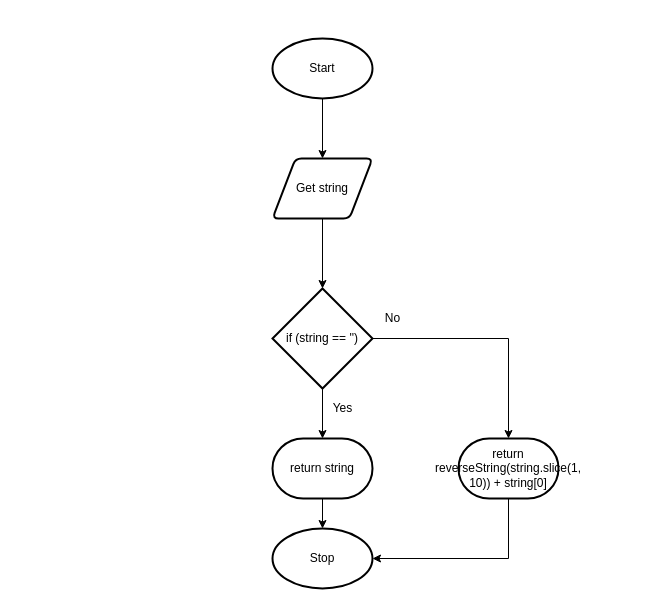
This is design/string.drawio from Huzaifa-Khalid-2/ics4u-unit3-03-typescript, a draw.io file, before an edit. Source tidied: cells renumbered, new cells numbered last; positions are measured from the earlier drawing's top-left corner, leaving out a move shared by most shapes. Both pictures are drawn from the tidied source at 100%, with x=0, y=0 at pixel (272, 38).
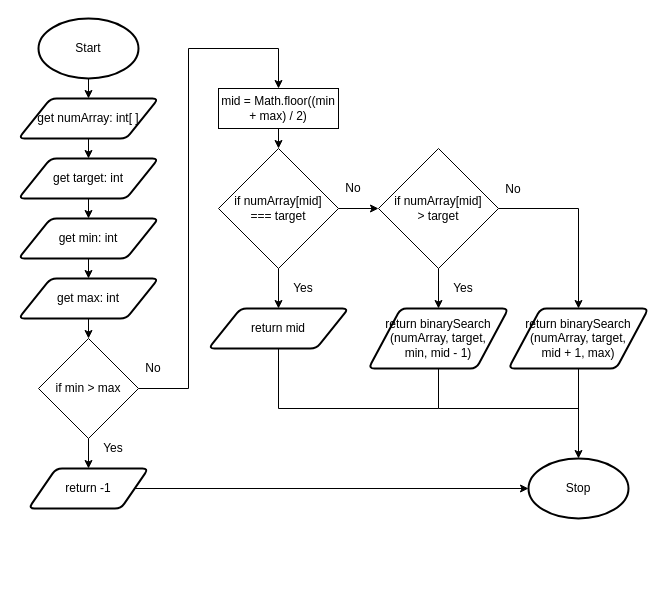
Above is the later version.

What changed in the source:
```diff
@@
-    <mxCell id="2" style="edgeStyle=orthogonalEdgeStyle;rounded=0;html=1;entryX=0.5;entryY=0;entryDx=0;entryDy=0;" parent="1" edge="1" source="3" target="5">
-      <mxGeometry relative="1" as="geometry" />
-    </mxCell>
+    <mxCell id="16" style="edgeStyle=none;html=1;exitX=0.5;exitY=1;exitDx=0;exitDy=0;exitPerimeter=0;entryX=0.5;entryY=0;entryDx=0;entryDy=0;" parent="1" edge="1" source="3" target="19">
+      <mxGeometry relative="1" as="geometry" />
+    </mxCell>
     <mxCell id="3" value="Start" style="strokeWidth=2;html=1;shape=mxgraph.flowchart.start_1;whiteSpace=wrap;" parent="1" vertex="1">
-      <mxGeometry width="100" height="60" as="geometry" />
+      <mxGeometry x="-234" y="-20" width="100" height="60" as="geometry" />
     </mxCell>
-    <mxCell id="4" style="edgeStyle=orthogonalEdgeStyle;rounded=0;html=1;" parent="1" edge="1" source="5" target="8">
-      <mxGeometry relative="1" as="geometry" />
-    </mxCell>
-    <mxCell id="5" value="Get string" style="shape=parallelogram;html=1;strokeWidth=2;perimeter=parallelogramPerimeter;whiteSpace=wrap;rounded=1;arcSize=12;size=0.23;" parent="1" vertex="1">
-      <mxGeometry y="120" width="100" height="60" as="geometry" />
-    </mxCell>
-    <mxCell id="6" style="edgeStyle=orthogonalEdgeStyle;html=1;exitX=0.5;exitY=1;exitDx=0;exitDy=0;exitPerimeter=0;entryX=0.5;entryY=0;entryDx=0;entryDy=0;entryPerimeter=0;rounded=0;" parent="1" edge="1" source="8" target="10">
-      <mxGeometry relative="1" as="geometry" />
-    </mxCell>
-    <mxCell id="7" style="edgeStyle=orthogonalEdgeStyle;rounded=0;html=1;entryX=0.5;entryY=0;entryDx=0;entryDy=0;entryPerimeter=0;" parent="1" edge="1" source="8" target="12">
-      <mxGeometry relative="1" as="geometry" />
-    </mxCell>
-    <mxCell id="8" value="if (string == '')" style="strokeWidth=2;html=1;shape=mxgraph.flowchart.decision;whiteSpace=wrap;" parent="1" vertex="1">
-      <mxGeometry y="250" width="100" height="100" as="geometry" />
-    </mxCell>
-    <mxCell id="9" style="edgeStyle=none;html=1;entryX=0.5;entryY=0;entryDx=0;entryDy=0;entryPerimeter=0;" parent="1" edge="1" source="10" target="13">
-      <mxGeometry relative="1" as="geometry" />
-    </mxCell>
-    <mxCell id="10" value="return string" style="strokeWidth=2;html=1;shape=mxgraph.flowchart.terminator;whiteSpace=wrap;" parent="1" vertex="1">
-      <mxGeometry y="400" width="100" height="60" as="geometry" />
-    </mxCell>
-    <mxCell id="11" style="edgeStyle=elbowEdgeStyle;html=1;entryX=1;entryY=0.5;entryDx=0;entryDy=0;entryPerimeter=0;exitX=0.5;exitY=1;exitDx=0;exitDy=0;exitPerimeter=0;rounded=0;" parent="1" edge="1" source="12" target="13">
-      <mxGeometry relative="1" as="geometry">
-        <Array as="points">
-          <mxPoint x="236" y="500" />
-        </Array>
-      </mxGeometry>
-    </mxCell>
-    <mxCell id="12" value="return reverseString(string.slice(1, 10)) + string[0]" style="strokeWidth=2;html=1;shape=mxgraph.flowchart.terminator;whiteSpace=wrap;" parent="1" vertex="1">
-      <mxGeometry x="186" y="400" width="100" height="60" as="geometry" />
-    </mxCell>
+    <mxCell id="17" style="edgeStyle=none;html=1;exitX=0.5;exitY=1;exitDx=0;exitDy=0;entryX=0.5;entryY=0;entryDx=0;entryDy=0;" parent="1" edge="1" target="24">
+      <mxGeometry relative="1" as="geometry">
+        <mxPoint x="-184" y="280" as="sourcePoint" />
+      </mxGeometry>
+    </mxCell>
+    <mxCell id="18" style="edgeStyle=none;html=1;exitX=0.5;exitY=1;exitDx=0;exitDy=0;entryX=0.5;entryY=0;entryDx=0;entryDy=0;" parent="1" edge="1" source="19" target="31">
+      <mxGeometry relative="1" as="geometry" />
+    </mxCell>
+    <mxCell id="19" value="get numArray: int[ ]" style="shape=parallelogram;html=1;strokeWidth=2;perimeter=parallelogramPerimeter;whiteSpace=wrap;rounded=1;arcSize=12;size=0.23;" parent="1" vertex="1">
+      <mxGeometry x="-254" y="60" width="140" height="40" as="geometry" />
+    </mxCell>
     <mxCell id="13" value="Stop" style="strokeWidth=2;html=1;shape=mxgraph.flowchart.start_1;whiteSpace=wrap;" parent="1" vertex="1">
-      <mxGeometry y="490" width="100" height="60" as="geometry" />
+      <mxGeometry x="256" y="420" width="100" height="60" as="geometry" />
     </mxCell>
-    <mxCell id="14" value="Yes" style="text;html=1;align=center;verticalAlign=middle;strokeColor=none;fillColor=none;" parent="1" vertex="1">
-      <mxGeometry x="50" y="360" width="40" height="20" as="geometry" />
-    </mxCell>
-    <mxCell id="15" value="No" style="text;html=1;align=center;verticalAlign=middle;strokeColor=none;fillColor=none;" parent="1" vertex="1">
-      <mxGeometry x="105" y="270" width="30" height="20" as="geometry" />
-    </mxCell>
+    <mxCell id="20" style="edgeStyle=none;rounded=0;html=1;exitX=0.5;exitY=1;exitDx=0;exitDy=0;endArrow=none;endFill=0;" parent="1" edge="1" source="21">
+      <mxGeometry relative="1" as="geometry">
+        <mxPoint x="306" y="370" as="targetPoint" />
+        <Array as="points">
+          <mxPoint x="166" y="370" />
+        </Array>
+      </mxGeometry>
+    </mxCell>
+    <mxCell id="21" value="return binarySearch&lt;br&gt;(numArray, target, &lt;br&gt;min, mid - 1)" style="shape=parallelogram;html=1;strokeWidth=2;perimeter=parallelogramPerimeter;whiteSpace=wrap;rounded=1;arcSize=12;size=0.23;" parent="1" vertex="1">
+      <mxGeometry x="96" y="270" width="140" height="60" as="geometry" />
+    </mxCell>
+    <mxCell id="22" style="edgeStyle=none;html=1;exitX=1;exitY=0.5;exitDx=0;exitDy=0;rounded=0;entryX=0.5;entryY=0;entryDx=0;entryDy=0;" parent="1" edge="1" source="24" target="41">
+      <mxGeometry relative="1" as="geometry">
+        <Array as="points">
+          <mxPoint x="-84" y="350" />
+          <mxPoint x="-84" y="10" />
+          <mxPoint x="6" y="10" />
+        </Array>
+      </mxGeometry>
+    </mxCell>
+    <mxCell id="23" style="edgeStyle=none;html=1;exitX=0.5;exitY=1;exitDx=0;exitDy=0;entryX=0.5;entryY=0;entryDx=0;entryDy=0;" parent="1" edge="1" source="24">
+      <mxGeometry relative="1" as="geometry">
+        <mxPoint x="-184" y="430" as="targetPoint" />
+      </mxGeometry>
+    </mxCell>
+    <mxCell id="24" value="if min &amp;gt; max" style="rhombus;whiteSpace=wrap;html=1;" parent="1" vertex="1">
+      <mxGeometry x="-234" y="300" width="100" height="100" as="geometry" />
+    </mxCell>
+    <mxCell id="25" value="No" style="text;html=1;strokeColor=none;fillColor=none;align=center;verticalAlign=middle;whiteSpace=wrap;rounded=0;" parent="1" vertex="1">
+      <mxGeometry x="-134" y="320" width="30" height="20" as="geometry" />
+    </mxCell>
+    <mxCell id="26" value="Yes" style="text;html=1;strokeColor=none;fillColor=none;align=center;verticalAlign=middle;whiteSpace=wrap;rounded=0;" parent="1" vertex="1">
+      <mxGeometry x="-174" y="400" width="30" height="20" as="geometry" />
+    </mxCell>
+    <mxCell id="27" style="edgeStyle=none;rounded=0;html=1;exitX=1;exitY=0.5;exitDx=0;exitDy=0;entryX=0;entryY=0.5;entryDx=0;entryDy=0;entryPerimeter=0;" parent="1" edge="1" source="28" target="13">
+      <mxGeometry relative="1" as="geometry" />
+    </mxCell>
+    <mxCell id="28" value="return -1" style="shape=parallelogram;html=1;strokeWidth=2;perimeter=parallelogramPerimeter;whiteSpace=wrap;rounded=1;arcSize=12;size=0.23;" parent="1" vertex="1">
+      <mxGeometry x="-244" y="430" width="120" height="40" as="geometry" />
+    </mxCell>
+    <mxCell id="29" style="edgeStyle=none;rounded=0;html=1;exitX=0.5;exitY=1;exitDx=0;exitDy=0;strokeWidth=1;endArrow=none;endFill=0;" parent="1" edge="1" target="28">
+      <mxGeometry relative="1" as="geometry">
+        <mxPoint x="-184" y="470" as="sourcePoint" />
+      </mxGeometry>
+    </mxCell>
+    <mxCell id="30" style="edgeStyle=none;html=1;exitX=0.5;exitY=1;exitDx=0;exitDy=0;entryX=0.5;entryY=0;entryDx=0;entryDy=0;" parent="1" edge="1" source="31" target="33">
+      <mxGeometry relative="1" as="geometry" />
+    </mxCell>
+    <mxCell id="31" value="get target: int" style="shape=parallelogram;html=1;strokeWidth=2;perimeter=parallelogramPerimeter;whiteSpace=wrap;rounded=1;arcSize=12;size=0.23;" parent="1" vertex="1">
+      <mxGeometry x="-254" y="120" width="140" height="40" as="geometry" />
+    </mxCell>
+    <mxCell id="32" style="edgeStyle=none;html=1;exitX=0.5;exitY=1;exitDx=0;exitDy=0;entryX=0.5;entryY=0;entryDx=0;entryDy=0;" parent="1" edge="1" source="33" target="34">
+      <mxGeometry relative="1" as="geometry" />
+    </mxCell>
+    <mxCell id="33" value="get min: int" style="shape=parallelogram;html=1;strokeWidth=2;perimeter=parallelogramPerimeter;whiteSpace=wrap;rounded=1;arcSize=12;size=0.23;" parent="1" vertex="1">
+      <mxGeometry x="-254" y="180" width="140" height="40" as="geometry" />
+    </mxCell>
+    <mxCell id="34" value="get max: int" style="shape=parallelogram;html=1;strokeWidth=2;perimeter=parallelogramPerimeter;whiteSpace=wrap;rounded=1;arcSize=12;size=0.23;" parent="1" vertex="1">
+      <mxGeometry x="-254" y="240" width="140" height="40" as="geometry" />
+    </mxCell>
+    <mxCell id="35" style="edgeStyle=none;rounded=0;html=1;exitX=1;exitY=0.5;exitDx=0;exitDy=0;entryX=0;entryY=0.5;entryDx=0;entryDy=0;" parent="1" edge="1" source="37" target="44">
+      <mxGeometry relative="1" as="geometry" />
+    </mxCell>
+    <mxCell id="36" style="edgeStyle=none;rounded=0;html=1;exitX=0.5;exitY=1;exitDx=0;exitDy=0;entryX=0.5;entryY=0;entryDx=0;entryDy=0;" parent="1" edge="1" source="37" target="50">
+      <mxGeometry relative="1" as="geometry" />
+    </mxCell>
+    <mxCell id="37" value="if numArray[mid] &lt;br&gt;=== target" style="rhombus;whiteSpace=wrap;html=1;" parent="1" vertex="1">
+      <mxGeometry x="-54" y="110" width="120" height="120" as="geometry" />
+    </mxCell>
+    <mxCell id="38" value="No" style="text;html=1;strokeColor=none;fillColor=none;align=center;verticalAlign=middle;whiteSpace=wrap;rounded=0;" parent="1" vertex="1">
+      <mxGeometry x="66" y="140" width="30" height="20" as="geometry" />
+    </mxCell>
+    <mxCell id="39" value="Yes" style="text;html=1;strokeColor=none;fillColor=none;align=center;verticalAlign=middle;whiteSpace=wrap;rounded=0;" parent="1" vertex="1">
+      <mxGeometry x="16" y="240" width="30" height="20" as="geometry" />
+    </mxCell>
+    <mxCell id="40" style="edgeStyle=none;rounded=0;html=1;exitX=0.5;exitY=1;exitDx=0;exitDy=0;entryX=0.5;entryY=0;entryDx=0;entryDy=0;" parent="1" edge="1" source="41" target="37">
+      <mxGeometry relative="1" as="geometry" />
+    </mxCell>
+    <mxCell id="41" value="mid = Math.floor((min + max) / 2)" style="rounded=0;whiteSpace=wrap;html=1;" parent="1" vertex="1">
+      <mxGeometry x="-54" y="50" width="120" height="40" as="geometry" />
+    </mxCell>
+    <mxCell id="42" style="edgeStyle=none;rounded=0;html=1;exitX=0.5;exitY=1;exitDx=0;exitDy=0;entryX=0.5;entryY=0;entryDx=0;entryDy=0;" parent="1" edge="1" source="44" target="21">
+      <mxGeometry relative="1" as="geometry" />
+    </mxCell>
+    <mxCell id="43" style="edgeStyle=none;rounded=0;html=1;exitX=1;exitY=0.5;exitDx=0;exitDy=0;entryX=0.5;entryY=0;entryDx=0;entryDy=0;" parent="1" edge="1" source="44" target="48">
+      <mxGeometry relative="1" as="geometry">
+        <Array as="points">
+          <mxPoint x="306" y="170" />
+        </Array>
+      </mxGeometry>
+    </mxCell>
+    <mxCell id="44" value="if numArray[mid] &lt;br&gt;&amp;gt; target" style="rhombus;whiteSpace=wrap;html=1;" parent="1" vertex="1">
+      <mxGeometry x="106" y="110" width="120" height="120" as="geometry" />
+    </mxCell>
+    <mxCell id="45" value="No" style="text;html=1;strokeColor=none;fillColor=none;align=center;verticalAlign=middle;whiteSpace=wrap;rounded=0;" parent="1" vertex="1">
+      <mxGeometry x="226" y="141" width="30" height="20" as="geometry" />
+    </mxCell>
+    <mxCell id="46" value="Yes" style="text;html=1;strokeColor=none;fillColor=none;align=center;verticalAlign=middle;whiteSpace=wrap;rounded=0;" parent="1" vertex="1">
+      <mxGeometry x="176" y="240" width="30" height="20" as="geometry" />
+    </mxCell>
+    <mxCell id="47" style="edgeStyle=none;rounded=0;html=1;exitX=0.5;exitY=1;exitDx=0;exitDy=0;entryX=0.5;entryY=0;entryDx=0;entryDy=0;entryPerimeter=0;" parent="1" edge="1" source="48" target="13">
+      <mxGeometry relative="1" as="geometry" />
+    </mxCell>
+    <mxCell id="48" value="return binarySearch&lt;br&gt;(numArray, target, &lt;br&gt;mid + 1, max)" style="shape=parallelogram;html=1;strokeWidth=2;perimeter=parallelogramPerimeter;whiteSpace=wrap;rounded=1;arcSize=12;size=0.23;" parent="1" vertex="1">
+      <mxGeometry x="236" y="270" width="140" height="60" as="geometry" />
+    </mxCell>
+    <mxCell id="49" style="edgeStyle=none;rounded=0;html=1;exitX=0.5;exitY=1;exitDx=0;exitDy=0;endArrow=none;endFill=0;" parent="1" edge="1" source="50">
+      <mxGeometry relative="1" as="geometry">
+        <mxPoint x="166" y="370" as="targetPoint" />
+        <Array as="points">
+          <mxPoint x="6" y="370" />
+        </Array>
+      </mxGeometry>
+    </mxCell>
+    <mxCell id="50" value="return mid" style="shape=parallelogram;html=1;strokeWidth=2;perimeter=parallelogramPerimeter;whiteSpace=wrap;rounded=1;arcSize=12;size=0.23;" parent="1" vertex="1">
+      <mxGeometry x="-64" y="270" width="140" height="40" as="geometry" />
+    </mxCell>
```
